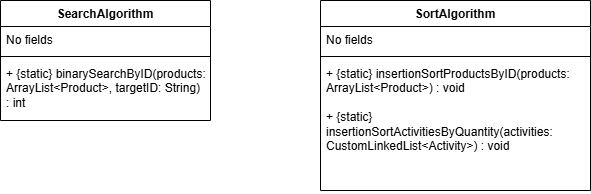
This is SupermarketMangementSystemUMLdiagram.drawio.png from helgabear26/CS5003-Coursework1-Supermarket-Project, a draw.io export, as it was before one commit. Source tidied: cells renumbered, new cells last; positions are measured from the earlier drawing's top-left corner, leaving out a move shared by most shapes.
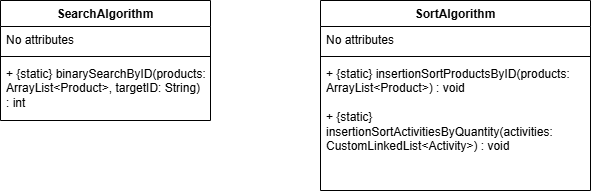
Above is the later version.

Change to the diagram source:
```diff
@@ -5,7 +5,7 @@
     <mxCell id="2" value="SearchAlgorithm" style="swimlane;fontStyle=1;align=center;verticalAlign=top;horizontal=1;startSize=26;whiteSpace=wrap;html=1;" parent="1" vertex="1">
       <mxGeometry width="210" height="120" as="geometry" />
     </mxCell>
-    <mxCell id="3" value="No fields" style="text;strokeColor=none;fillColor=none;align=left;verticalAlign=top;spacingLeft=4;spacingRight=4;overflow=hidden;whiteSpace=wrap;html=1;" parent="2" vertex="1">
+    <mxCell id="3" value="No attributes" style="text;strokeColor=none;fillColor=none;align=left;verticalAlign=top;spacingLeft=4;spacingRight=4;overflow=hidden;whiteSpace=wrap;html=1;" parent="2" vertex="1">
       <mxGeometry y="26" width="210" height="26" as="geometry" />
     </mxCell>
     <mxCell id="4" style="line;strokeWidth=1;fillColor=none;align=left;verticalAlign=middle;spacingTop=-1;spacingLeft=3;spacingRight=3;labelPosition=right;strokeColor=inherit;" parent="2" vertex="1">
@@ -17,7 +17,7 @@
     <mxCell id="6" value="SortAlgorithm" style="swimlane;fontStyle=1;align=center;verticalAlign=top;horizontal=1;startSize=26;whiteSpace=wrap;html=1;" parent="1" vertex="1">
       <mxGeometry x="320" width="270" height="190" as="geometry" />
     </mxCell>
-    <mxCell id="7" value="No fields" style="text;strokeColor=none;fillColor=none;align=left;verticalAlign=top;spacingLeft=4;spacingRight=4;overflow=hidden;whiteSpace=wrap;html=1;" parent="6" vertex="1">
+    <mxCell id="7" value="No attributes" style="text;strokeColor=none;fillColor=none;align=left;verticalAlign=top;spacingLeft=4;spacingRight=4;overflow=hidden;whiteSpace=wrap;html=1;" parent="6" vertex="1">
       <mxGeometry y="26" width="270" height="26" as="geometry" />
     </mxCell>
     <mxCell id="8" style="line;strokeWidth=1;fillColor=none;align=left;verticalAlign=middle;spacingTop=-1;spacingLeft=3;spacingRight=3;labelPosition=right;strokeColor=inherit;" parent="6" vertex="1">
```
